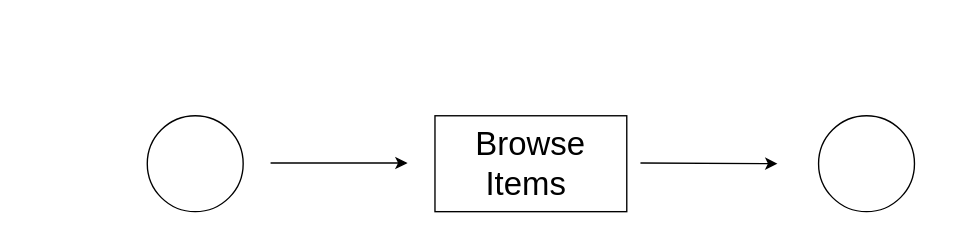
Earlier version of the draw.io diagram diagrams/Activity diagram - Customer journey.drawio (YoungSilent/nerdy_gadgets). Source tidied: cells renumbered, new cells numbered last; positions are measured from the earlier drawing's top-left corner, leaving out a move shared by most shapes. Both pictures are drawn from the tidied source at 137%, with x=0, y=0 at pixel (147, 115).
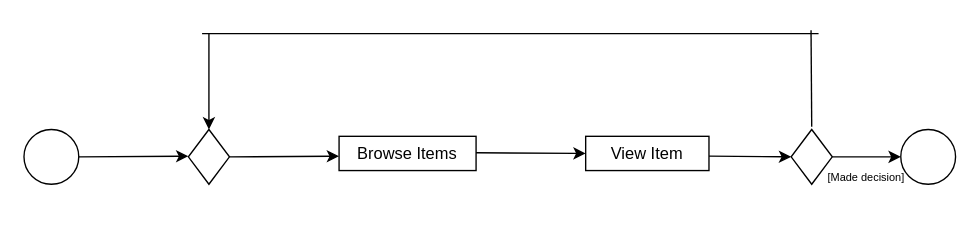
The same page after the edit.

Change to the diagram source:
```diff
@@
     <mxCell id="2" style="ellipse;whiteSpace=wrap;html=1;" parent="1" vertex="1">
-      <mxGeometry width="70" height="70" as="geometry" />
+      <mxGeometry x="-90" y="10" width="40" height="40" as="geometry" />
     </mxCell>
-    <mxCell id="3" style="rounded=0;whiteSpace=wrap;html=1;" parent="1" vertex="1">
-      <mxGeometry x="210" width="140" height="70" as="geometry" />
+    <mxCell id="3" value="&lt;div&gt;Browse Items&lt;/div&gt;" style="rounded=0;whiteSpace=wrap;html=1;" parent="1" vertex="1">
+      <mxGeometry x="140" y="15" width="100" height="25" as="geometry" />
     </mxCell>
-    <mxCell id="4" style="endArrow=classic;html=1;rounded=0;" parent="1" edge="1">
+    <mxCell id="4" style="endArrow=classic;html=1;rounded=0;exitX=1;exitY=0.5;exitDx=0;exitDy=0;" parent="1" edge="1" source="12">
       <mxGeometry relative="1" as="geometry">
-        <mxPoint x="90" y="34.5" as="sourcePoint" />
-        <mxPoint x="190" y="34.5" as="targetPoint" />
+        <mxPoint x="140" y="29.5" as="targetPoint" />
       </mxGeometry>
     </mxCell>
-    <mxCell id="5" style="endArrow=classic;html=1;rounded=0;" parent="1" edge="1">
-      <mxGeometry relative="1" as="geometry">
-        <mxPoint x="360" y="34.5" as="sourcePoint" />
-        <mxPoint x="460" y="35" as="targetPoint" />
-      </mxGeometry>
+    <mxCell id="5" style="endArrow=classic;html=1;rounded=0;entryX=0;entryY=0.5;entryDx=0;entryDy=0;exitX=1;exitY=0.5;exitDx=0;exitDy=0;" parent="1" edge="1" source="9" target="6">
+      <mxGeometry relative="1" as="geometry" />
     </mxCell>
     <mxCell id="6" style="ellipse;whiteSpace=wrap;html=1;" parent="1" vertex="1">
-      <mxGeometry x="490" width="70" height="70" as="geometry" />
+      <mxGeometry x="550" y="10" width="40" height="40" as="geometry" />
     </mxCell>
-    <mxCell id="7" value="&lt;font style=&quot;font-size: 24px;&quot;&gt;Browse Items&amp;nbsp;&lt;/font&gt;" style="text;html=1;strokeColor=none;fillColor=none;align=center;verticalAlign=middle;whiteSpace=wrap;rounded=0;" parent="1" vertex="1">
-      <mxGeometry x="210" width="140" height="70" as="geometry" />
-    </mxCell>
+    <mxCell id="8" style="endArrow=classic;html=1;rounded=0;entryX=0;entryY=0.5;entryDx=0;entryDy=0;" parent="1" edge="1" target="9">
+      <mxGeometry relative="1" as="geometry">
+        <mxPoint x="410" y="29.5" as="sourcePoint" />
+      </mxGeometry>
+    </mxCell>
+    <mxCell id="9" style="rhombus;whiteSpace=wrap;html=1;" parent="1" vertex="1">
+      <mxGeometry x="470" y="10" width="30" height="40" as="geometry" />
+    </mxCell>
+    <mxCell id="10" value="View Item" style="rounded=0;whiteSpace=wrap;html=1;" parent="1" vertex="1">
+      <mxGeometry x="320" y="15" width="90" height="25" as="geometry" />
+    </mxCell>
+    <mxCell id="11" style="endArrow=classic;html=1;rounded=0;entryX=0;entryY=0.5;entryDx=0;entryDy=0;" parent="1" edge="1" target="10">
+      <mxGeometry relative="1" as="geometry">
+        <mxPoint x="240" y="27" as="sourcePoint" />
+      </mxGeometry>
+    </mxCell>
+    <mxCell id="12" style="rhombus;whiteSpace=wrap;html=1;" parent="1" vertex="1">
+      <mxGeometry x="30" y="10" width="30" height="40" as="geometry" />
+    </mxCell>
+    <mxCell id="13" style="endArrow=classic;html=1;rounded=0;exitX=1;exitY=0.5;exitDx=0;exitDy=0;" parent="1" edge="1">
+      <mxGeometry relative="1" as="geometry">
+        <mxPoint x="-50" y="30" as="sourcePoint" />
+        <mxPoint x="30" y="29.5" as="targetPoint" />
+      </mxGeometry>
+    </mxCell>
+    <mxCell id="14" style="endArrow=none;html=1;rounded=0;" parent="1" edge="1">
+      <mxGeometry relative="1" as="geometry">
+        <mxPoint x="485" y="8" as="sourcePoint" />
+        <mxPoint x="484.5" y="-62.5" as="targetPoint" />
+      </mxGeometry>
+    </mxCell>
+    <mxCell id="15" style="endArrow=none;html=1;rounded=0;" parent="1" edge="1">
+      <mxGeometry relative="1" as="geometry">
+        <mxPoint x="40" y="-60" as="sourcePoint" />
+        <mxPoint x="490" y="-60" as="targetPoint" />
+      </mxGeometry>
+    </mxCell>
+    <mxCell id="16" style="endArrow=classic;html=1;rounded=0;entryX=0.5;entryY=0;entryDx=0;entryDy=0;" parent="1" edge="1" target="12">
+      <mxGeometry relative="1" as="geometry">
+        <mxPoint x="45" y="-60" as="sourcePoint" />
+      </mxGeometry>
+    </mxCell>
+    <mxCell id="17" value="[Made decision]" style="text;html=1;strokeColor=none;fillColor=none;align=center;verticalAlign=middle;whiteSpace=wrap;rounded=0;fontSize=8;" parent="1" vertex="1">
+      <mxGeometry x="480" y="30" width="90" height="30" as="geometry" />
+    </mxCell>
```
